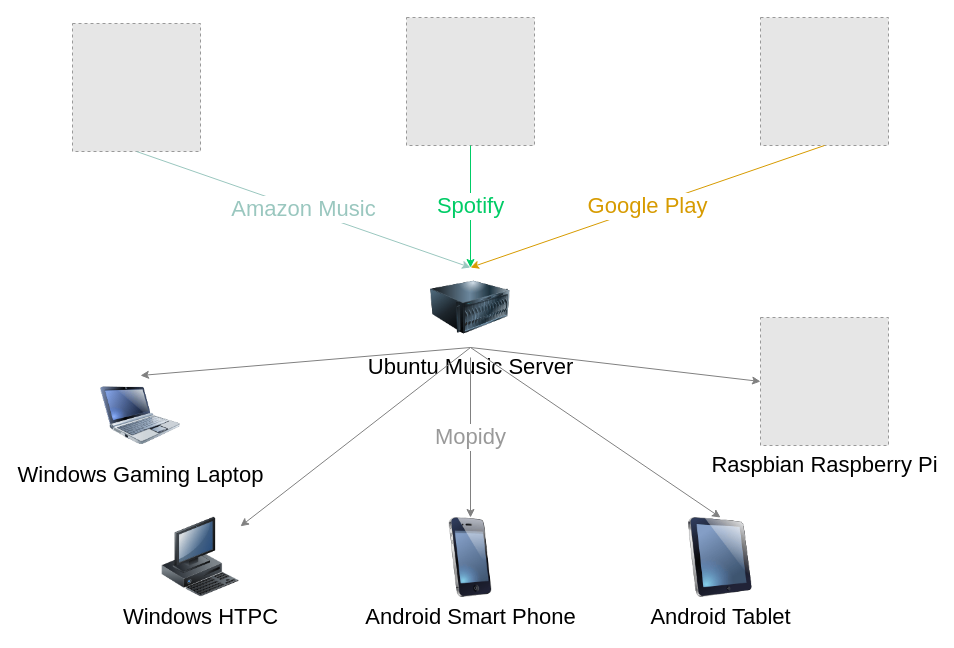
The draw.io diagram Music Streaming Service.drawio in syedrali/architecture, before the edit. Source tidied: cells renumbered, new cells numbered last; positions are measured from the earlier drawing's top-left corner, leaving out a move shared by most shapes. Both pictures are drawn from the tidied source at 100%, with x=0, y=0 at pixel (72, 17). Pictures stored in the file or linked from it are replaced by grey dashed boxes.
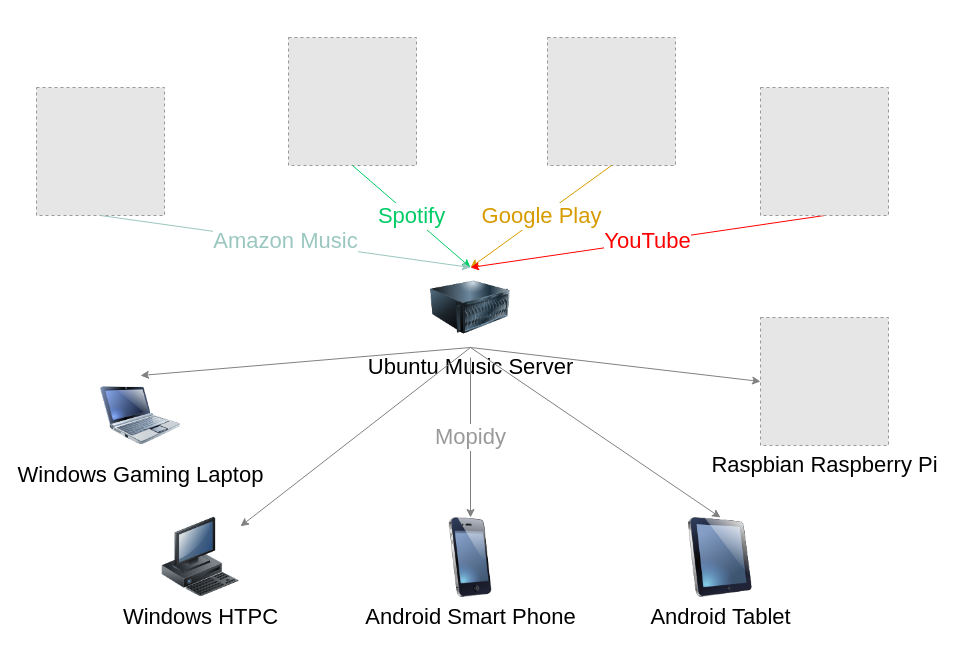
After the change.

Commit message (it also covers changes not shown here):
Added YouTube to sources.

The change refers to these unchanged cells:
```xml
<mxCell id="6" value="&lt;font style=&quot;font-size: 22px&quot;&gt;Ubuntu Music Server&lt;br&gt;&lt;/font&gt;" style="image;html=1;labelBackgroundColor=#ffffff;image=img/lib/clip_art/computers/Server_128x128.png;" parent="1" vertex="1">
  <mxGeometry x="358" y="250" width="80" height="80" as="geometry" />
</mxCell>
```

Diff of the diagram source:
```diff
@@
     <mxCell id="11" value="&lt;br&gt;" style="fillColor=#E6E6E6;strokeColor=#999999;dashed=1;html=1;verticalAlign=top;verticalLabelPosition=bottom;labelBackgroundColor=#ffffff;fontColor=#00CC66;fontSize=22;" parent="1" vertex="1">
-      <mxGeometry x="334" width="128" height="128" as="geometry" />
+      <mxGeometry x="216" y="20" width="128" height="128" as="geometry" />
     </mxCell>
-    <mxCell id="12" value="&lt;font style=&quot;font-size: 22px&quot;&gt;Spotify&lt;br&gt;&lt;/font&gt;" style="endArrow=classic;html=1;fontColor=#00CC66;strokeColor=#00CC66;exitX=0.5;exitY=1;exitDx=0;exitDy=0;" parent="1" edge="1" source="11" target="6">
+    <mxCell id="12" value="&lt;font style=&quot;font-size: 22px&quot;&gt;Spotify&lt;br&gt;&lt;/font&gt;" style="endArrow=classic;html=1;fontColor=#00CC66;strokeColor=#00CC66;exitX=0.5;exitY=1;exitDx=0;exitDy=0;entryX=0.5;entryY=0;entryDx=0;entryDy=0;" parent="1" edge="1" source="11" target="6">
       <mxGeometry relative="1" as="geometry" />
     </mxCell>
     <mxCell id="13" style="fillColor=#E6E6E6;strokeColor=#999999;dashed=1;html=1;verticalAlign=top;verticalLabelPosition=bottom;labelBackgroundColor=#ffffff;fontSize=22;fontColor=#00CC66;" parent="1" vertex="1">
-      <mxGeometry x="688" width="128" height="128" as="geometry" />
+      <mxGeometry x="475" y="20" width="128" height="128" as="geometry" />
     </mxCell>
@@
     <mxCell id="15" style="fillColor=#E6E6E6;strokeColor=#999999;dashed=1;html=1;verticalAlign=top;verticalLabelPosition=bottom;labelBackgroundColor=#ffffff;fontSize=22;fontColor=#D79B00;" parent="1" vertex="1">
-      <mxGeometry y="6" width="128" height="128" as="geometry" />
+      <mxGeometry x="-36" y="70" width="128" height="128" as="geometry" />
     </mxCell>
@@
+    <mxCell id="19" value="&lt;font&gt;YouTube&lt;br&gt;&lt;/font&gt;" style="endArrow=classic;html=1;entryX=0.5;entryY=0;entryDx=0;entryDy=0;fontColor=#FF0000;strokeColor=#FF0000;exitX=0.5;exitY=1;exitDx=0;exitDy=0;fillColor=#ffe6cc;fontSize=22;" parent="1" edge="1" source="20" target="6">
+      <mxGeometry relative="1" as="geometry" />
+    </mxCell>
+    <mxCell id="20" style="fillColor=#E6E6E6;strokeColor=#999999;dashed=1;html=1;verticalAlign=top;verticalLabelPosition=bottom;labelBackgroundColor=#ffffff;" parent="1" vertex="1">
+      <mxGeometry x="688" y="70" width="128" height="128" as="geometry" />
+    </mxCell>
```
